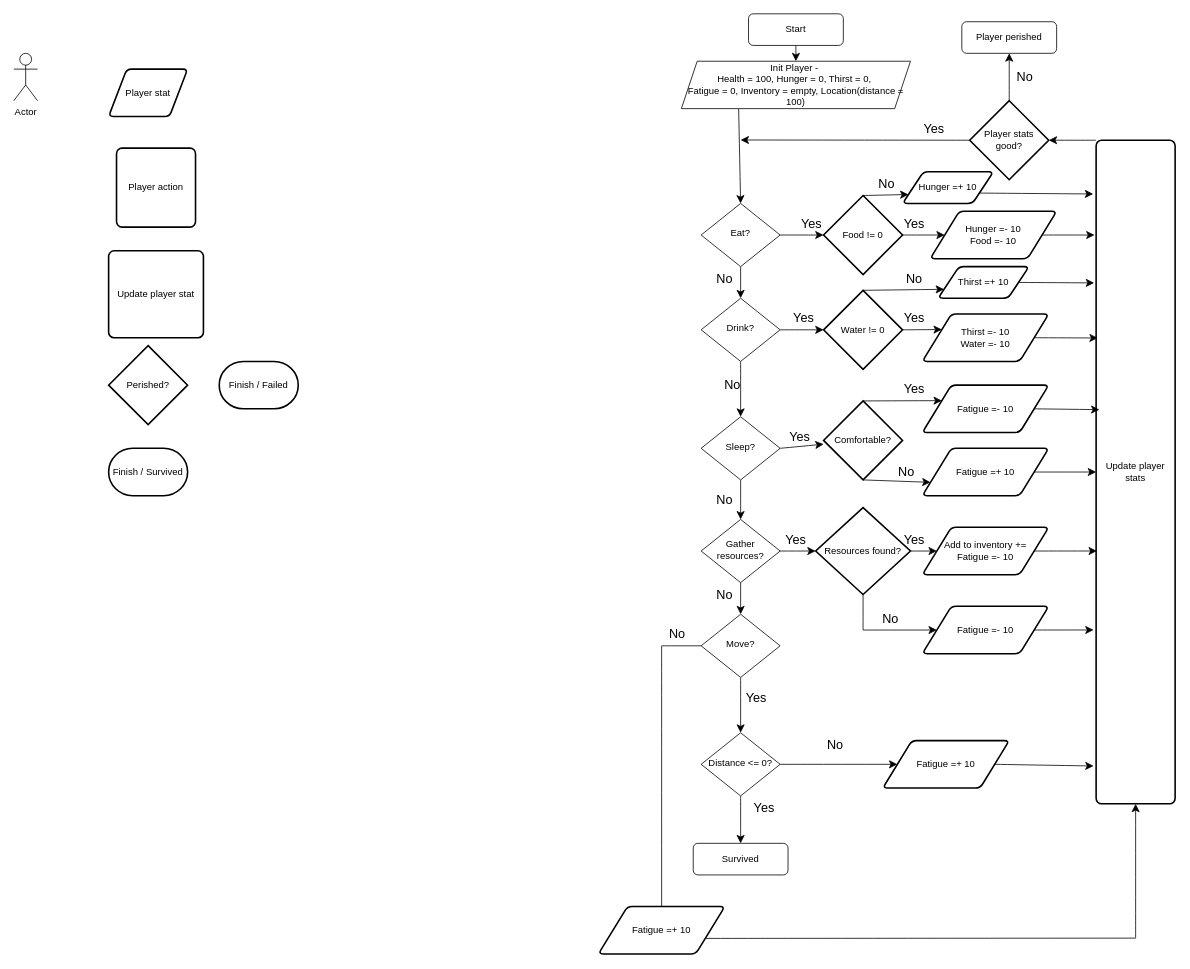
The draw.io diagram Untitled Diagram.drawio in RobertJohn-/react-person-crud, before the edit. Source tidied: cells renumbered, new cells numbered last; positions are measured from the earlier drawing's top-left corner, leaving out a move shared by most shapes. Both pictures are drawn from the tidied source at 79%, with x=0, y=0 at pixel (13, 13).
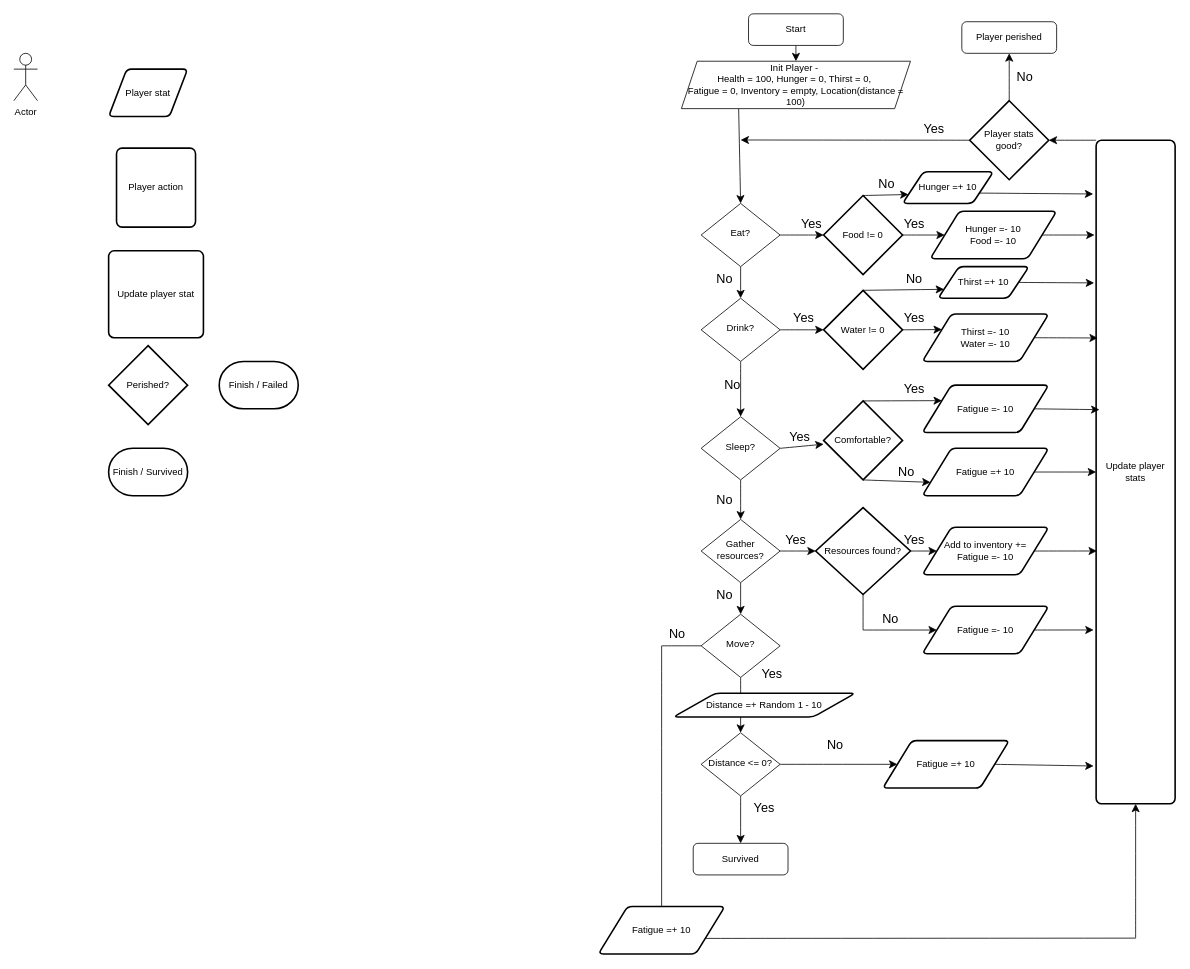
After the change.

Diff of the diagram source:
```diff
@@
     <mxCell id="56" value="Yes" style="text;html=1;align=center;verticalAlign=middle;whiteSpace=wrap;rounded=0;fontSize=16;" parent="1" vertex="1">
-      <mxGeometry x="910" y="850" width="60" height="30" as="geometry" />
+      <mxGeometry x="930" y="820" width="60" height="30" as="geometry" />
     </mxCell>
@@
+    <mxCell id="95" value="Distance =+ Random 1 - 10" style="shape=parallelogram;html=1;strokeWidth=2;perimeter=parallelogramPerimeter;whiteSpace=wrap;rounded=1;arcSize=12;size=0.23;" parent="1" vertex="1">
+      <mxGeometry x="835" y="860" width="230" height="30" as="geometry" />
+    </mxCell>
```
